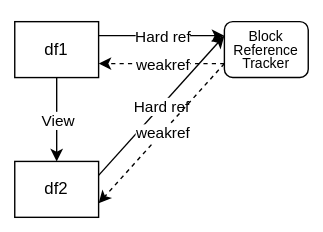
phofl/pydata-berlin keeps this draw.io diagram as pydata-berlin-2023/img/copy-on-write_view.svg. Above is the earlier version. Source tidied: cells renumbered, new cells last; positions are measured from the earlier drawing's top-left corner, leaving out a move shared by most shapes.
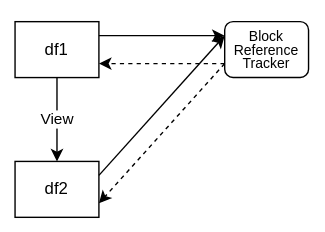
Later version of the same file.

What changed in the source:
```diff
@@ -20,26 +20,14 @@
     <mxCell id="7" style="endArrow=classic;html=1;rounded=0;exitX=1;exitY=0.25;exitDx=0;exitDy=0;entryX=0;entryY=0.25;entryDx=0;entryDy=0;" parent="1" edge="1" source="2" target="6">
       <mxGeometry relative="1" as="geometry" />
     </mxCell>
-    <mxCell id="8" value="&lt;div&gt;Hard ref&lt;/div&gt;" style="edgeLabel;html=1;align=center;verticalAlign=middle;" parent="7" vertex="1">
-      <mxGeometry relative="1" as="geometry" />
-    </mxCell>
     <mxCell id="9" style="endArrow=classic;html=1;rounded=0;exitX=0;exitY=0.75;exitDx=0;exitDy=0;entryX=1;entryY=0.75;entryDx=0;entryDy=0;dashed=1;" parent="1" edge="1" source="6" target="2">
       <mxGeometry relative="1" as="geometry" />
     </mxCell>
-    <mxCell id="10" value="weakref" style="edgeLabel;html=1;align=center;verticalAlign=middle;" parent="9" vertex="1">
-      <mxGeometry relative="1" as="geometry" />
-    </mxCell>
     <mxCell id="11" style="endArrow=classic;html=1;rounded=0;entryX=0;entryY=0.25;entryDx=0;entryDy=0;exitX=1;exitY=0.25;exitDx=0;exitDy=0;" parent="1" edge="1" source="3" target="6">
       <mxGeometry relative="1" as="geometry" />
     </mxCell>
-    <mxCell id="12" value="&lt;div&gt;Hard ref&lt;/div&gt;" style="edgeLabel;html=1;align=center;verticalAlign=middle;" parent="11" vertex="1">
-      <mxGeometry relative="1" as="geometry" />
-    </mxCell>
     <mxCell id="13" style="endArrow=classic;html=1;rounded=0;exitX=0;exitY=0.75;exitDx=0;exitDy=0;dashed=1;entryX=1;entryY=0.75;entryDx=0;entryDy=0;" parent="1" edge="1" source="6" target="3">
       <mxGeometry relative="1" as="geometry" />
     </mxCell>
-    <mxCell id="14" value="weakref" style="edgeLabel;html=1;align=center;verticalAlign=middle;" parent="13" vertex="1">
-      <mxGeometry relative="1" as="geometry" />
-    </mxCell>
   </root>
 </mxGraphModel>
```
